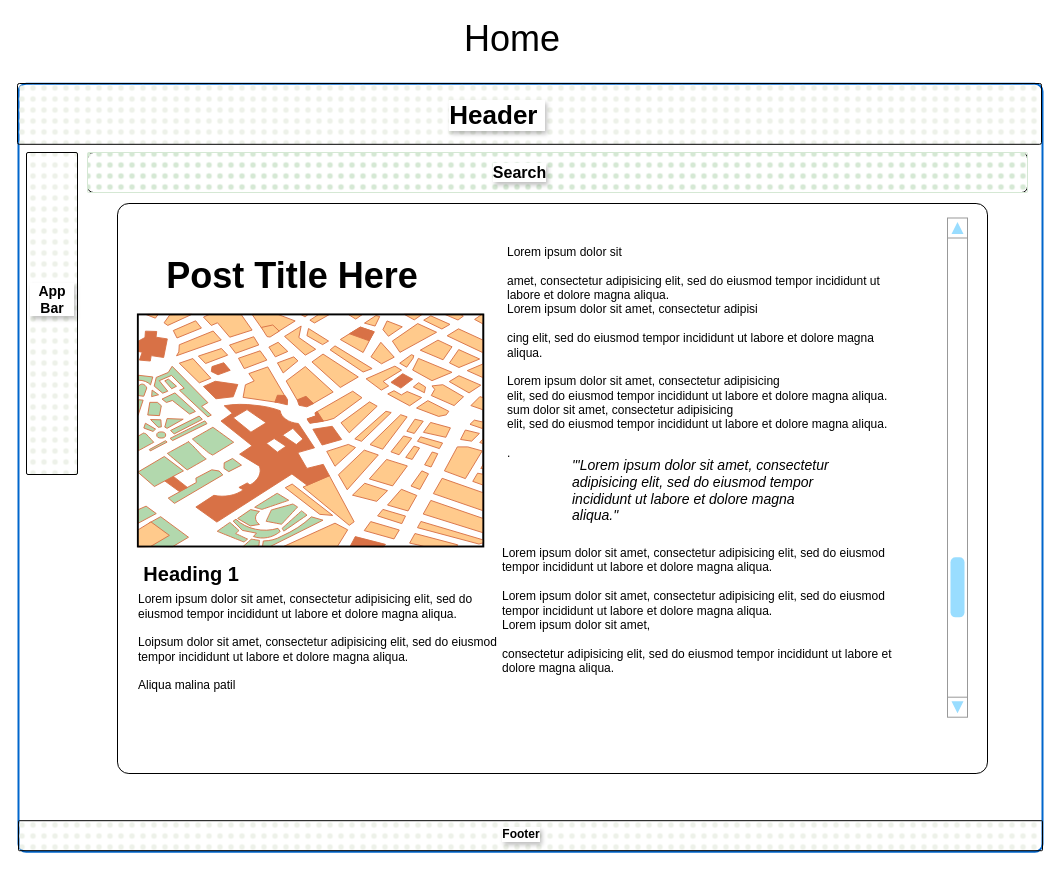
Above: page "Ver1PostViewFullscreen" (6 of 11) of docs/Mocks_SF.drawio in freemindlabsinc/IntelliBlog (draw.io), before the change. Source tidied: cells renumbered, new cells numbered last; positions are measured from the earlier drawing's top-left corner, leaving out a move shared by most shapes. Both pictures are drawn from the tidied source at 100%, with x=0, y=0 at pixel (17, 23).
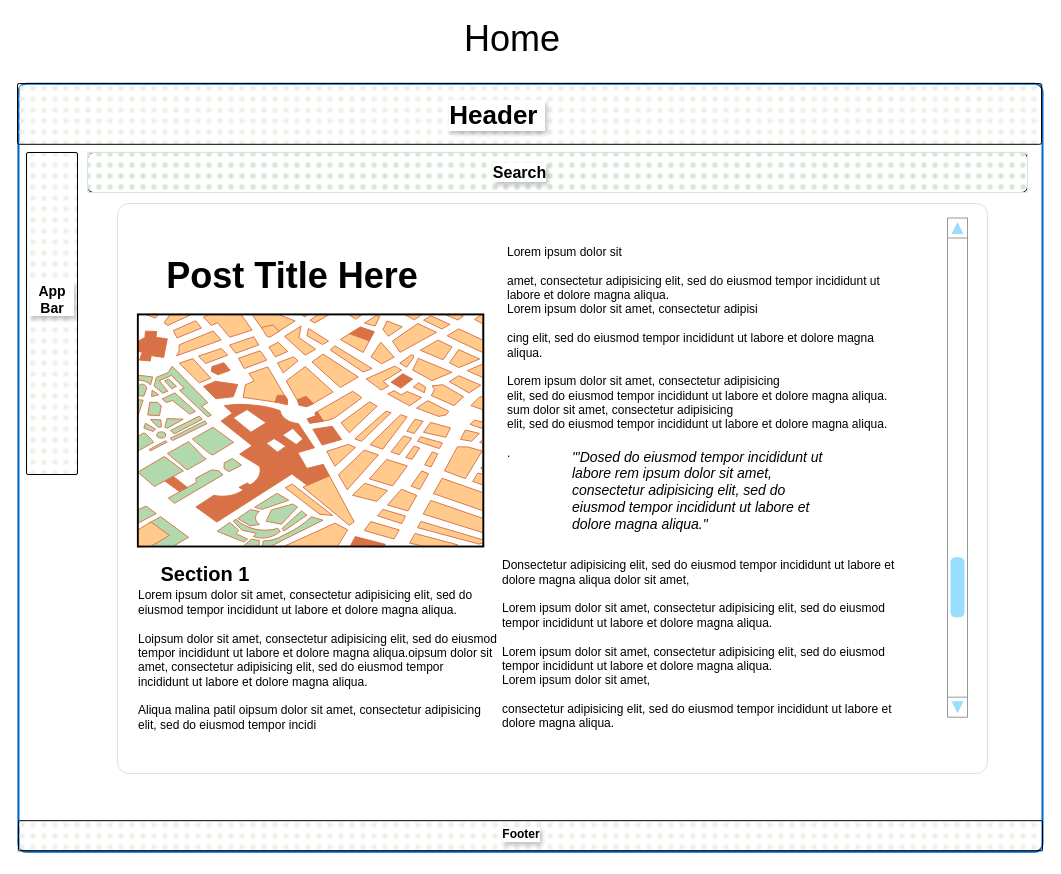
The same page after the edit.

Change to the diagram source:
```diff
@@
-    <mxCell id="2" style="group;" parent="1" vertex="1">
+    <mxCell id="2" style="group;strokeColor=#d9d9d9;" parent="1" vertex="1">
       <mxGeometry y="60" width="1025" height="768.2" as="geometry" />
     </mxCell>
@@
-    <mxCell id="13" style="rounded=1;whiteSpace=wrap;html=1;fillStyle=cross-hatch;strokeColor=default;align=center;verticalAlign=middle;arcSize=2;fontFamily=Helvetica;fontSize=12;fontColor=default;fillColor=none;imageHeight=24;" parent="2" vertex="1">
+    <mxCell id="13" style="rounded=1;whiteSpace=wrap;html=1;fillStyle=cross-hatch;strokeColor=#E0E0E0;align=center;verticalAlign=middle;arcSize=2;fontFamily=Helvetica;fontSize=12;fontColor=default;fillColor=none;imageHeight=24;" parent="2" vertex="1">
       <mxGeometry x="100" y="120" width="870" height="570" as="geometry" />
     </mxCell>
@@
-    <mxCell id="17" value="&lt;div style=&quot;text-align: left;&quot;&gt;&lt;br&gt;&lt;/div&gt;&lt;div style=&quot;text-align: left;&quot;&gt;&lt;i&gt;&lt;font style=&quot;font-size: 14px;&quot;&gt;&lt;span style=&quot;&quot;&gt;&quot;'Lorem ipsum dolor sit amet, consectetur adipisicing elit, sed do eiusmod tempor incididunt ut labore et dolore magna aliqua.&quot;&lt;/span&gt;&lt;span style=&quot;background-color: initial;&quot;&gt;&amp;nbsp;&lt;/span&gt;&lt;/font&gt;&lt;/i&gt;&lt;/div&gt;&lt;div style=&quot;text-align: left;&quot;&gt;&lt;span style=&quot;&quot;&gt;&lt;br&gt;&lt;/span&gt;&lt;/div&gt;" style="text;html=1;align=center;verticalAlign=middle;whiteSpace=wrap;rounded=0;" parent="1" vertex="1">
+    <mxCell id="17" value="&lt;div style=&quot;text-align: left;&quot;&gt;&lt;br&gt;&lt;/div&gt;&lt;div style=&quot;text-align: left;&quot;&gt;&lt;i&gt;&lt;font style=&quot;font-size: 14px;&quot;&gt;&lt;span style=&quot;&quot;&gt;&quot;'Do&lt;/span&gt;&lt;/font&gt;&lt;/i&gt;&lt;i style=&quot;background-color: initial;&quot;&gt;&lt;font style=&quot;font-size: 14px;&quot;&gt;sed do eiusmod tempor incididunt ut labore&amp;nbsp;&lt;/font&gt;&lt;/i&gt;&lt;i style=&quot;background-color: initial;&quot;&gt;&lt;font style=&quot;font-size: 14px;&quot;&gt;rem ipsum dolor sit amet, consectetur adipisicing elit, sed do eiusmod tempor incididunt ut labore et dolore magna aliqua.&quot;&lt;span style=&quot;background-color: initial;&quot;&gt;&amp;nbsp;&lt;/span&gt;&lt;/font&gt;&lt;/i&gt;&lt;/div&gt;&lt;div style=&quot;text-align: left;&quot;&gt;&lt;span style=&quot;&quot;&gt;&lt;br&gt;&lt;/span&gt;&lt;/div&gt;" style="text;html=1;align=center;verticalAlign=middle;whiteSpace=wrap;rounded=0;" parent="1" vertex="1">
       <mxGeometry x="554" y="434" width="260" height="66.6" as="geometry" />
     </mxCell>
-    <mxCell id="18" value="&lt;div style=&quot;text-align: left;&quot;&gt;&lt;span style=&quot;background-color: initial;&quot;&gt;Lorem ipsum dolor sit amet, consectetur adipisicing elit, sed do eiusmod tempor incididunt ut labore et dolore magna aliqua.&lt;/span&gt;&lt;br&gt;&lt;/div&gt;&lt;div style=&quot;text-align: left;&quot;&gt;&lt;span style=&quot;&quot;&gt;&lt;br&gt;&lt;/span&gt;&lt;/div&gt;&lt;div style=&quot;text-align: left;&quot;&gt;&lt;span style=&quot;&quot;&gt;Lo&lt;/span&gt;&lt;span style=&quot;background-color: initial;&quot;&gt;ipsum dolor sit amet, consectetur adipisicing elit, sed do eiusmod tempor incididunt ut labore et dolore magna aliqua.&lt;br&gt;&lt;br&gt;Aliqua malina patil&lt;/span&gt;&lt;/div&gt;" style="text;html=1;align=center;verticalAlign=middle;whiteSpace=wrap;rounded=0;" parent="1" vertex="1">
-      <mxGeometry x="120.1" y="558" width="360.5" height="122" as="geometry" />
+    <mxCell id="18" value="&lt;div style=&quot;text-align: left;&quot;&gt;&lt;span style=&quot;background-color: initial;&quot;&gt;Lorem ipsum dolor sit amet, consectetur adipisicing elit, sed do eiusmod tempor incididunt ut labore et dolore magna aliqua.&lt;/span&gt;&lt;br&gt;&lt;/div&gt;&lt;div style=&quot;text-align: left;&quot;&gt;&lt;span style=&quot;&quot;&gt;&lt;br&gt;&lt;/span&gt;&lt;/div&gt;&lt;div style=&quot;text-align: left;&quot;&gt;&lt;span style=&quot;&quot;&gt;Lo&lt;/span&gt;&lt;span style=&quot;background-color: initial;&quot;&gt;ipsum dolor sit amet, consectetur adipisicing elit, sed do eiusmod tempor incididunt ut labore et dolore magna aliqua.&lt;/span&gt;o&lt;span style=&quot;background-color: initial;&quot;&gt;ipsum dolor sit amet, consectetur adipisicing elit, sed do eiusmod tempor incididunt ut labore et dolore magna aliqua.&lt;br&gt;&lt;/span&gt;&lt;span style=&quot;background-color: initial;&quot;&gt;&lt;br&gt;Aliqua malina patil&amp;nbsp;&lt;/span&gt;&lt;span style=&quot;background-color: initial;&quot;&gt;o&lt;/span&gt;&lt;span style=&quot;background-color: initial;&quot;&gt;ipsum dolor sit amet, consectetur adipisicing elit, sed do eiusmod tempor incidi&lt;/span&gt;&lt;/div&gt;&lt;span style=&quot;text-align: left; background-color: initial;&quot;&gt;&lt;br&gt;&lt;/span&gt;" style="text;html=1;align=center;verticalAlign=middle;whiteSpace=wrap;rounded=0;" parent="1" vertex="1">
+      <mxGeometry x="120.1" y="558" width="360.5" height="172" as="geometry" />
     </mxCell>
-    <mxCell id="19" value="&lt;div style=&quot;text-align: left;&quot;&gt;&lt;br&gt;&lt;/div&gt;&lt;div style=&quot;text-align: left;&quot;&gt;&lt;span style=&quot;&quot;&gt;Lorem ipsum dolor sit amet, consectetur adipisicing elit, sed do eiusmod tempor incididunt ut labore et dolore magna aliqua.&lt;/span&gt;&lt;/div&gt;&lt;div style=&quot;text-align: left;&quot;&gt;&lt;br&gt;&lt;/div&gt;&lt;div style=&quot;text-align: left;&quot;&gt;&lt;span style=&quot;&quot;&gt;Lorem ipsum dolor sit amet, consectetur adipisicing elit, sed do eiusmod tempor incididunt ut labore et dolore magna aliqua.&lt;/span&gt;&lt;span style=&quot;&quot;&gt;&lt;br&gt;&lt;/span&gt;&lt;/div&gt;&lt;div style=&quot;text-align: left;&quot;&gt;&lt;span style=&quot;&quot;&gt;Lorem ipsum dolor sit amet,&amp;nbsp;&lt;/span&gt;&lt;/div&gt;&lt;div style=&quot;text-align: left;&quot;&gt;&lt;span style=&quot;&quot;&gt;&lt;br&gt;&lt;/span&gt;&lt;/div&gt;&lt;div style=&quot;text-align: left;&quot;&gt;&lt;span style=&quot;&quot;&gt;consectetur adipisicing elit, sed do eiusmod tempor incididunt ut labore et dolore magna aliqua.&lt;/span&gt;&lt;span style=&quot;text-align: left;&quot;&gt;&lt;br&gt;&lt;/span&gt;&lt;/div&gt;" style="text;html=1;align=center;verticalAlign=middle;whiteSpace=wrap;rounded=0;" parent="1" vertex="1">
-      <mxGeometry x="484" y="521" width="400" height="118" as="geometry" />
+    <mxCell id="19" value="&lt;div style=&quot;text-align: left;&quot;&gt;&lt;div&gt;Donsectetur adipisicing elit, sed do eiusmod tempor incididunt ut labore et dolore magna aliqua&amp;nbsp;&lt;span style=&quot;background-color: initial;&quot;&gt;dolor sit amet,&amp;nbsp;&lt;/span&gt;&lt;/div&gt;&lt;div&gt;&lt;br&gt;&lt;/div&gt;&lt;/div&gt;&lt;div style=&quot;text-align: left;&quot;&gt;&lt;span style=&quot;&quot;&gt;Lorem ipsum dolor sit amet, consectetur adipisicing elit, sed do eiusmod tempor incididunt ut labore et dolore magna aliqua.&lt;/span&gt;&lt;/div&gt;&lt;div style=&quot;text-align: left;&quot;&gt;&lt;br&gt;&lt;/div&gt;&lt;div style=&quot;text-align: left;&quot;&gt;&lt;span style=&quot;&quot;&gt;Lorem ipsum dolor sit amet, consectetur adipisicing elit, sed do eiusmod tempor incididunt ut labore et dolore magna aliqua.&lt;/span&gt;&lt;span style=&quot;&quot;&gt;&lt;br&gt;&lt;/span&gt;&lt;/div&gt;&lt;div style=&quot;text-align: left;&quot;&gt;&lt;span style=&quot;&quot;&gt;Lorem ipsum dolor sit amet,&amp;nbsp;&lt;/span&gt;&lt;/div&gt;&lt;div style=&quot;text-align: left;&quot;&gt;&lt;span style=&quot;&quot;&gt;&lt;br&gt;&lt;/span&gt;&lt;/div&gt;&lt;div style=&quot;text-align: left;&quot;&gt;&lt;span style=&quot;&quot;&gt;consectetur adipisicing elit, sed do eiusmod tempor incididunt ut labore et dolore magna aliqua.&lt;/span&gt;&lt;span style=&quot;text-align: left;&quot;&gt;&lt;br&gt;&lt;/span&gt;&lt;/div&gt;" style="text;html=1;align=center;verticalAlign=middle;whiteSpace=wrap;rounded=0;" parent="1" vertex="1">
+      <mxGeometry x="484" y="521" width="400" height="199" as="geometry" />
     </mxCell>
-    <mxCell id="20" value="&lt;div style=&quot;text-align: center;&quot;&gt;&lt;span style=&quot;font-size: 20px;&quot;&gt;&lt;b&gt;Heading 1&amp;nbsp; &amp;nbsp; &amp;nbsp;&lt;/b&gt;&lt;/span&gt;&lt;/div&gt;" style="text;html=1;align=center;verticalAlign=middle;whiteSpace=wrap;rounded=0;" parent="1" vertex="1">
+    <mxCell id="20" value="&lt;div style=&quot;text-align: center;&quot;&gt;&lt;span style=&quot;font-size: 20px;&quot;&gt;&lt;b&gt;Section 1&lt;/b&gt;&lt;/span&gt;&lt;/div&gt;" style="text;html=1;align=center;verticalAlign=middle;whiteSpace=wrap;rounded=0;" parent="1" vertex="1">
       <mxGeometry x="98" y="521.8" width="180" height="55.5" as="geometry" />
     </mxCell>
```
